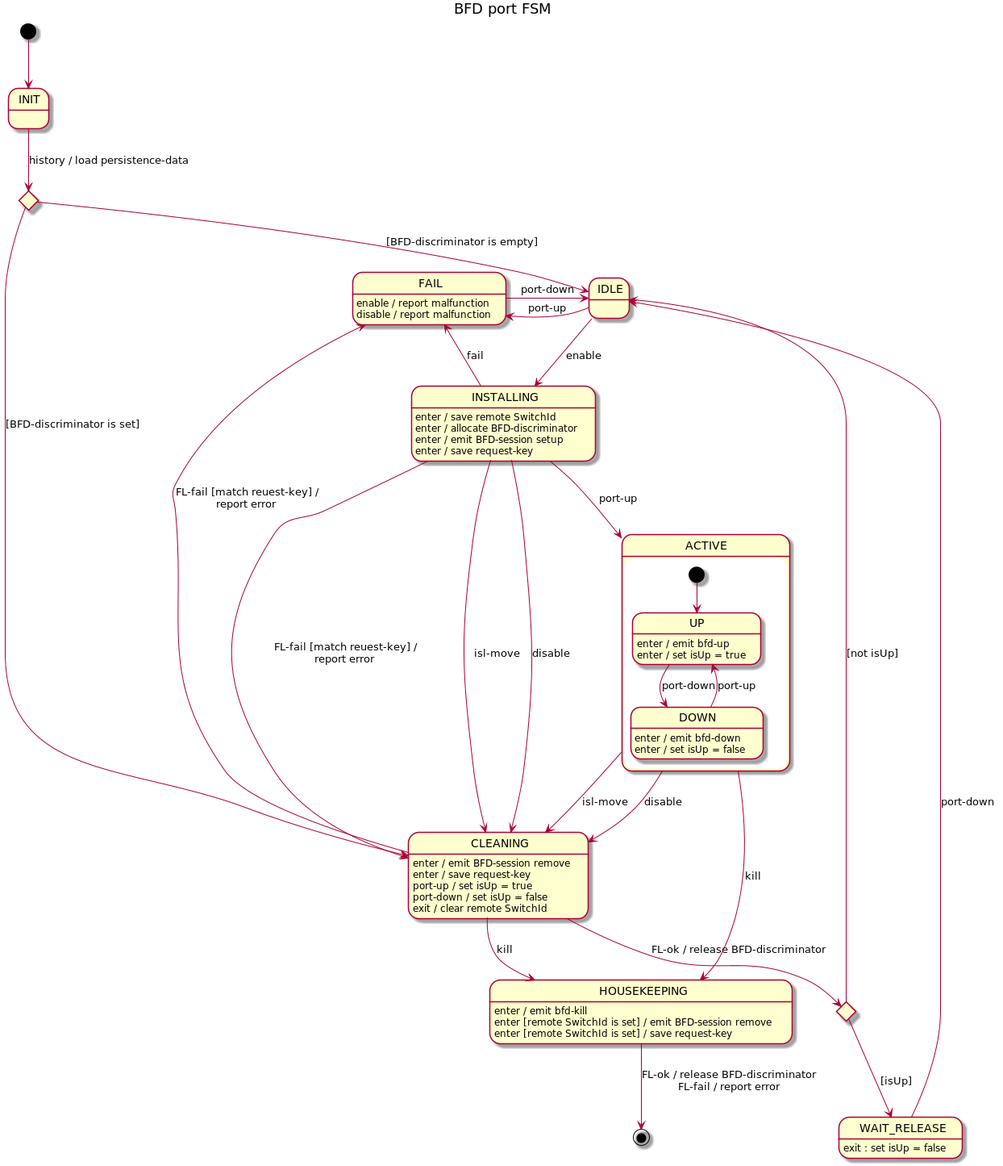
The PlantUML diagram docs/design/network-discovery/bfd-port-FSM.png in telstra/open-kilda, before a commit.
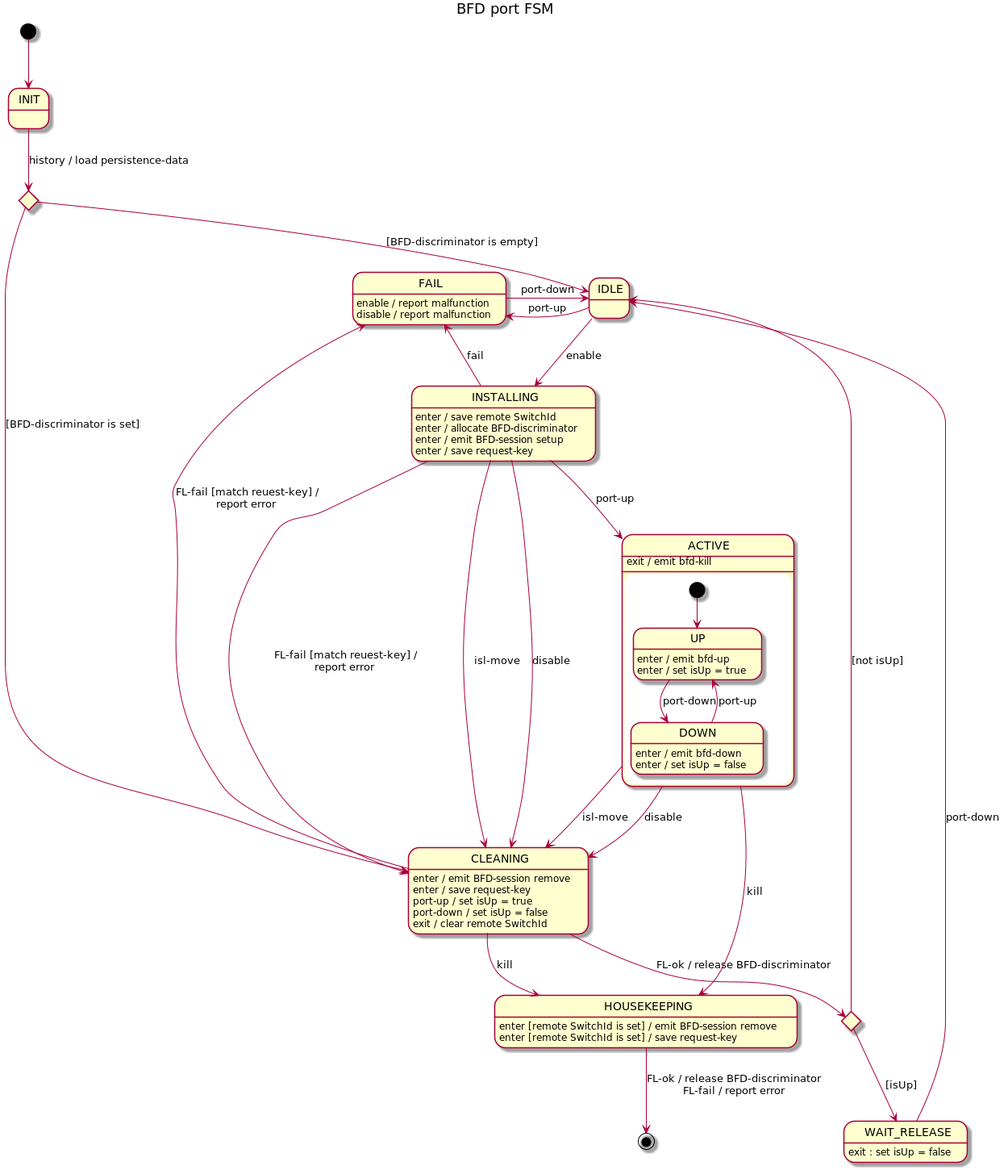
The same file after the commit.

Commit message:
Emit BFD-kill notification at the start of BFD-session remove

Change to the diagram source:
```diff
@@ -53,8 +53,8 @@
 ACTIVE --> CLEANING : isl-move
 ACTIVE --> CLEANING : disable
 ACTIVE --> HOUSEKEEPING : kill
+ACTIVE : exit / emit bfd-kill
 
-HOUSEKEEPING : enter / emit bfd-kill
 HOUSEKEEPING : enter [remote SwitchId is set] / emit BFD-session remove
 HOUSEKEEPING : enter [remote SwitchId is set] / save request-key
 HOUSEKEEPING --> [*] : FL-ok / release BFD-discriminator\nFL-fail / report error
```
